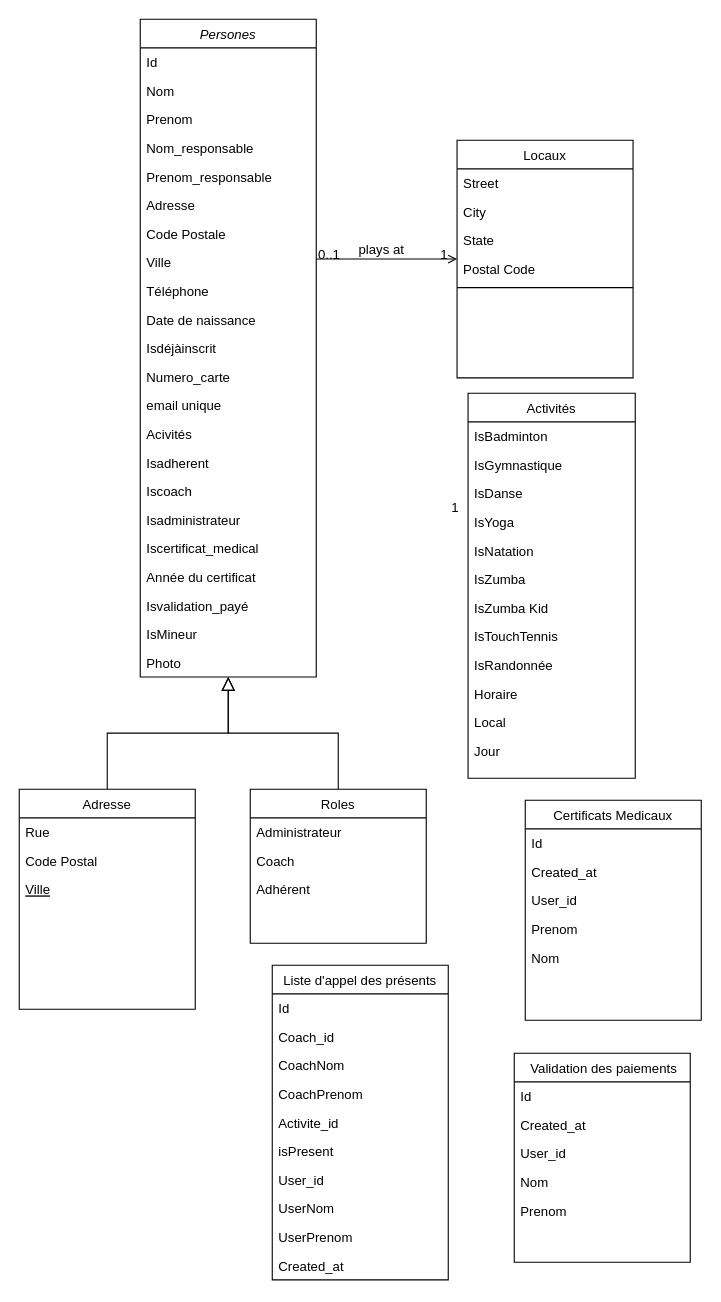
The draw.io diagram asdec/Diagramme de classe bon.drawio in cyrisa02/diagrammes-UML, before the edit. Source tidied: cells renumbered, new cells numbered last; positions are measured from the earlier drawing's top-left corner, leaving out a move shared by most shapes. Both pictures are drawn from the tidied source at 110%, with x=0, y=0 at pixel (19, 19).
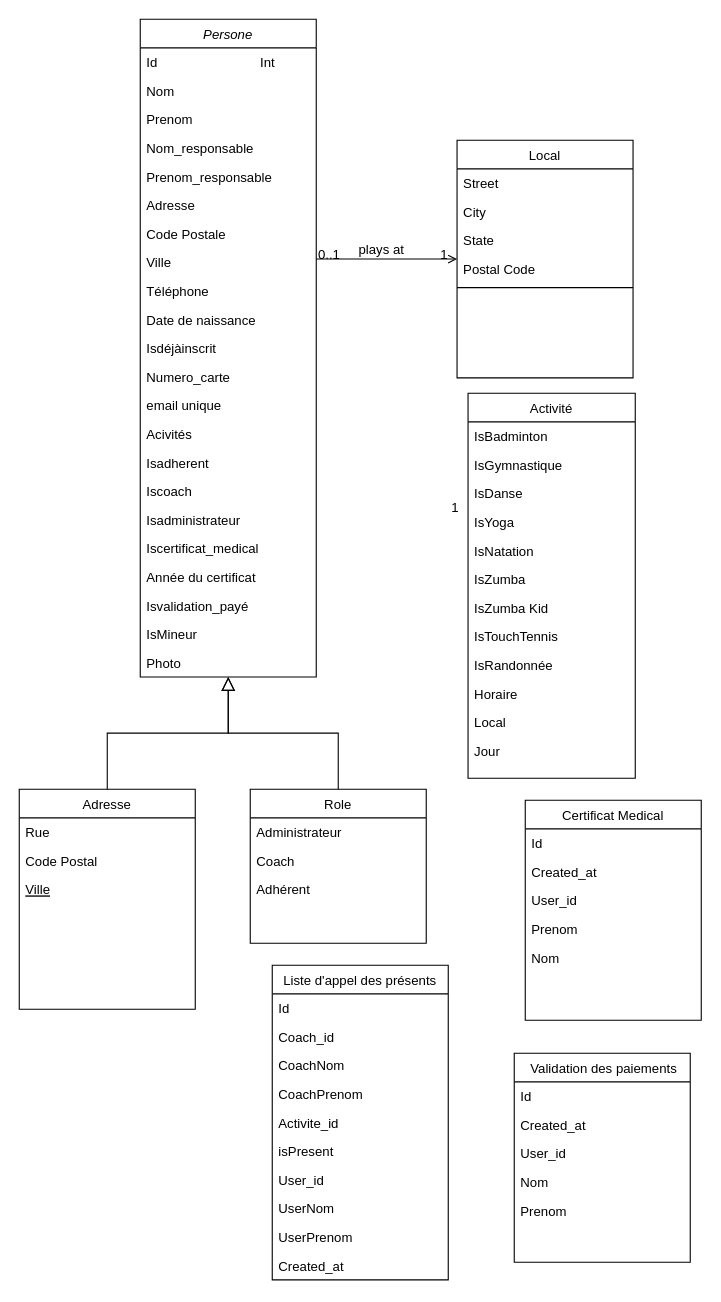
The same page after the edit.

Change to the diagram source:
```diff
@@
-    <mxCell id="2" value="Persones" style="swimlane;fontStyle=2;align=center;verticalAlign=top;horizontal=1;startSize=26;rounded=0;shadow=0;strokeWidth=1;" parent="1" vertex="1">
+    <mxCell id="2" value="Persone" style="swimlane;fontStyle=2;align=center;verticalAlign=top;horizontal=1;startSize=26;rounded=0;shadow=0;strokeWidth=1;" parent="1" vertex="1">
       <mxGeometry x="110" width="160" height="598" as="geometry" />
     </mxCell>
-    <mxCell id="3" value="Id" style="text;align=left;verticalAlign=top;spacingLeft=4;spacingRight=4;overflow=hidden;" parent="2" vertex="1">
+    <mxCell id="3" value="Id                            Int" style="text;align=left;verticalAlign=top;spacingLeft=4;spacingRight=4;overflow=hidden;" parent="2" vertex="1">
       <mxGeometry y="26" width="160" height="26" as="geometry" />
     </mxCell>
@@
-    <mxCell id="30" value="Roles" style="swimlane;fontStyle=0;align=center;verticalAlign=top;horizontal=1;startSize=26;rounded=0;shadow=0;strokeWidth=1;" parent="1" vertex="1">
+    <mxCell id="30" value="Role" style="swimlane;fontStyle=0;align=center;verticalAlign=top;horizontal=1;startSize=26;rounded=0;shadow=0;strokeWidth=1;" parent="1" vertex="1">
       <mxGeometry x="210" y="700" width="160" height="140" as="geometry" />
     </mxCell>
@@
-    <mxCell id="35" value="Locaux" style="swimlane;fontStyle=0;align=center;verticalAlign=top;horizontal=1;startSize=26;rounded=0;shadow=0;strokeWidth=1;" parent="1" vertex="1">
+    <mxCell id="35" value="Local" style="swimlane;fontStyle=0;align=center;verticalAlign=top;horizontal=1;startSize=26;rounded=0;shadow=0;strokeWidth=1;" parent="1" vertex="1">
       <mxGeometry x="398" y="110" width="160" height="216" as="geometry" />
     </mxCell>
@@
-    <mxCell id="45" value="Activités" style="swimlane;fontStyle=0;align=center;verticalAlign=top;horizontal=1;startSize=26;rounded=0;shadow=0;strokeWidth=1;" parent="1" vertex="1">
+    <mxCell id="45" value="Activité" style="swimlane;fontStyle=0;align=center;verticalAlign=top;horizontal=1;startSize=26;rounded=0;shadow=0;strokeWidth=1;" parent="1" vertex="1">
       <mxGeometry x="408" y="340" width="152" height="350" as="geometry" />
     </mxCell>
@@
-    <mxCell id="59" value="Certificats Medicaux &#10;" style="swimlane;fontStyle=0;align=center;verticalAlign=top;horizontal=1;startSize=26;rounded=0;shadow=0;strokeWidth=1;" parent="1" vertex="1">
+    <mxCell id="59" value="Certificat Medical&#10;" style="swimlane;fontStyle=0;align=center;verticalAlign=top;horizontal=1;startSize=26;rounded=0;shadow=0;strokeWidth=1;" parent="1" vertex="1">
       <mxGeometry x="460" y="710" width="160" height="200" as="geometry" />
     </mxCell>
```
